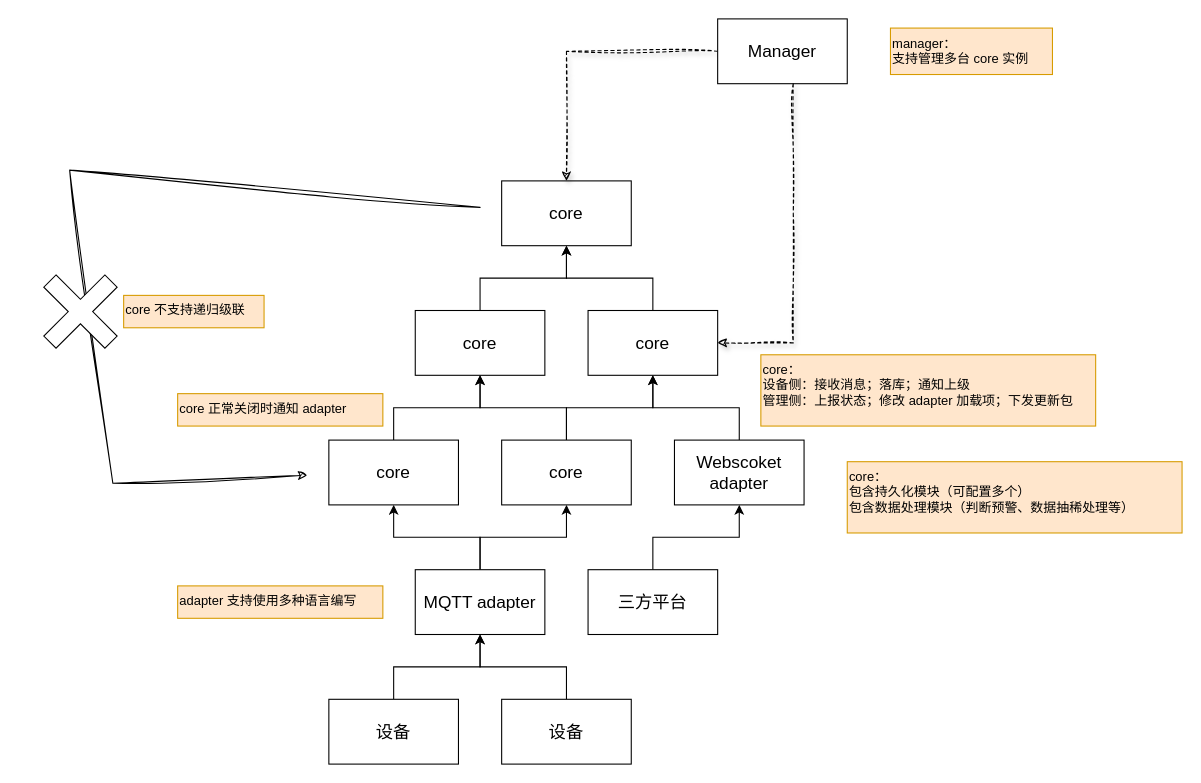
Above: docs/diagram/项目架构设计.drawio in footprintcat/frost-iot (draw.io), before the change. Source tidied: cells renumbered, new cells numbered last; positions are measured from the earlier drawing's top-left corner, leaving out a move shared by most shapes. Both pictures are drawn from the tidied source at 108%, with x=0, y=0 at pixel (37, 18). Pictures stored in the file or linked from it are replaced by grey dashed boxes.
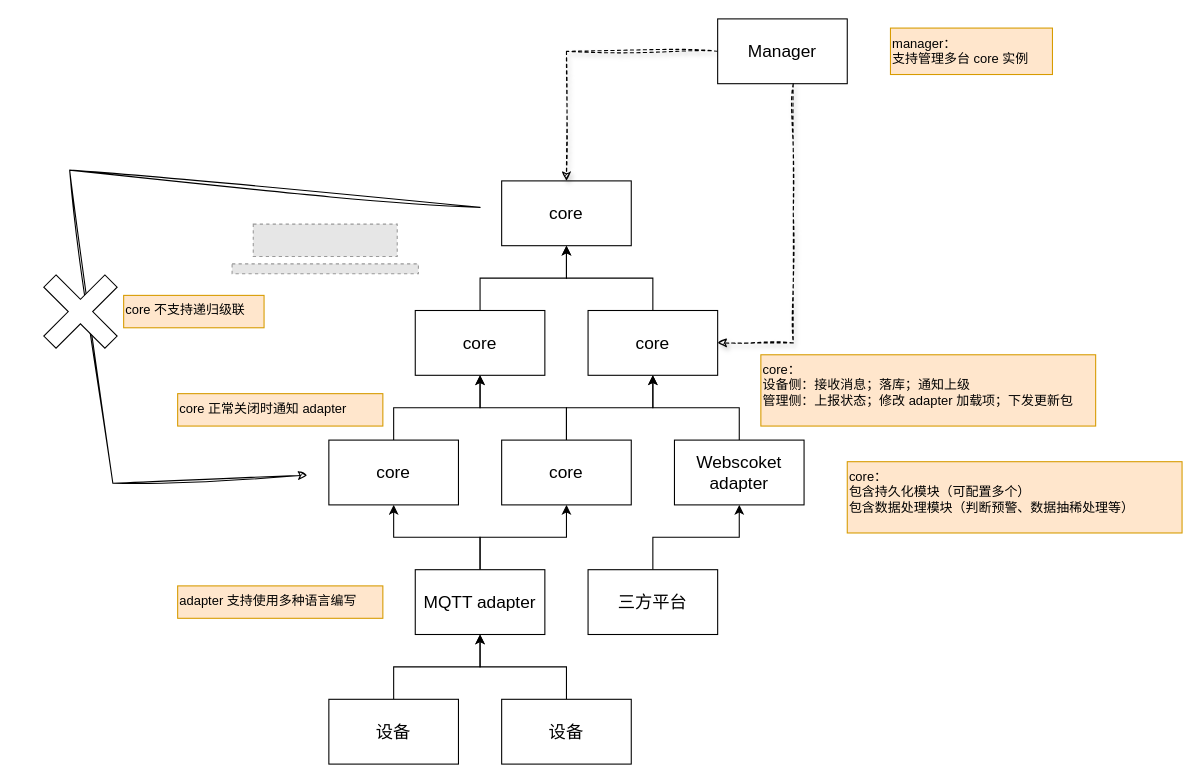
After the change.

Commit message (it also covers changes not shown here):
feat(docs): 项目架构设计图添加项目logo

What changed in the source:
```diff
@@
+    <mxCell id="34" style="fillColor=#E6E6E6;strokeColor=#999999;dashed=1;verticalLabelPosition=bottom;labelBackgroundColor=default;verticalAlign=top;" parent="1" vertex="1">
+      <mxGeometry x="200" y="190" width="133.3" height="30" as="geometry" />
+    </mxCell>
+    <mxCell id="35" style="fillColor=#E6E6E6;strokeColor=#999999;dashed=1;verticalLabelPosition=bottom;labelBackgroundColor=default;verticalAlign=top;" parent="1" vertex="1">
+      <mxGeometry x="180.4" y="226.8" width="172.5" height="9.2" as="geometry" />
+    </mxCell>
```
